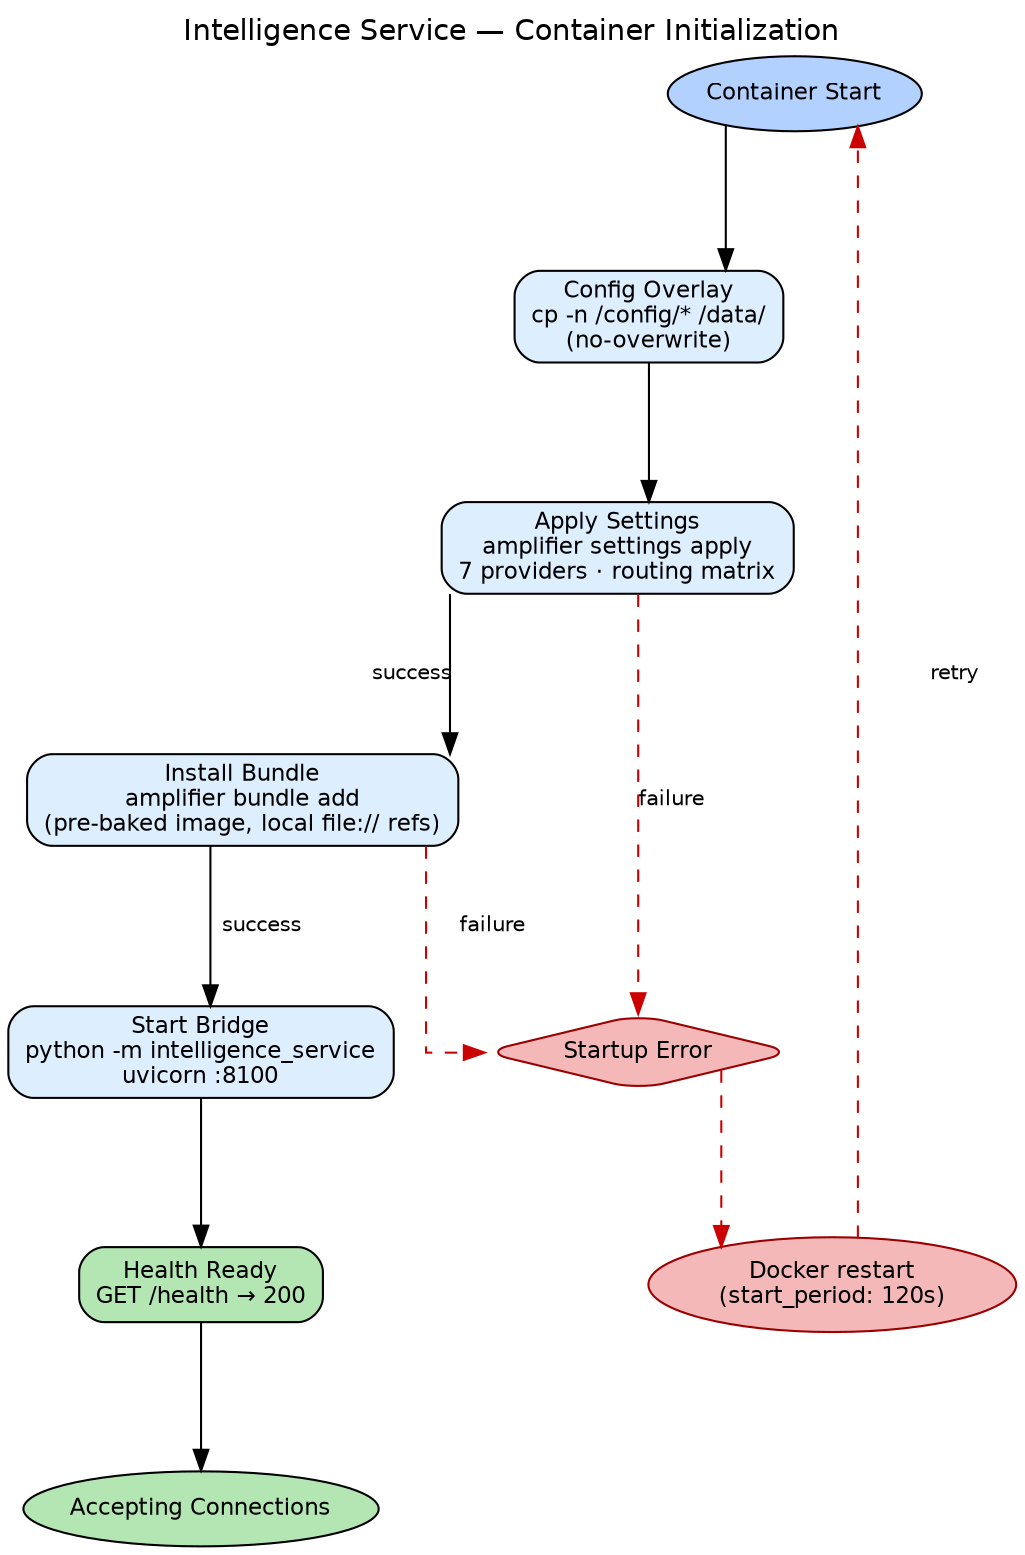
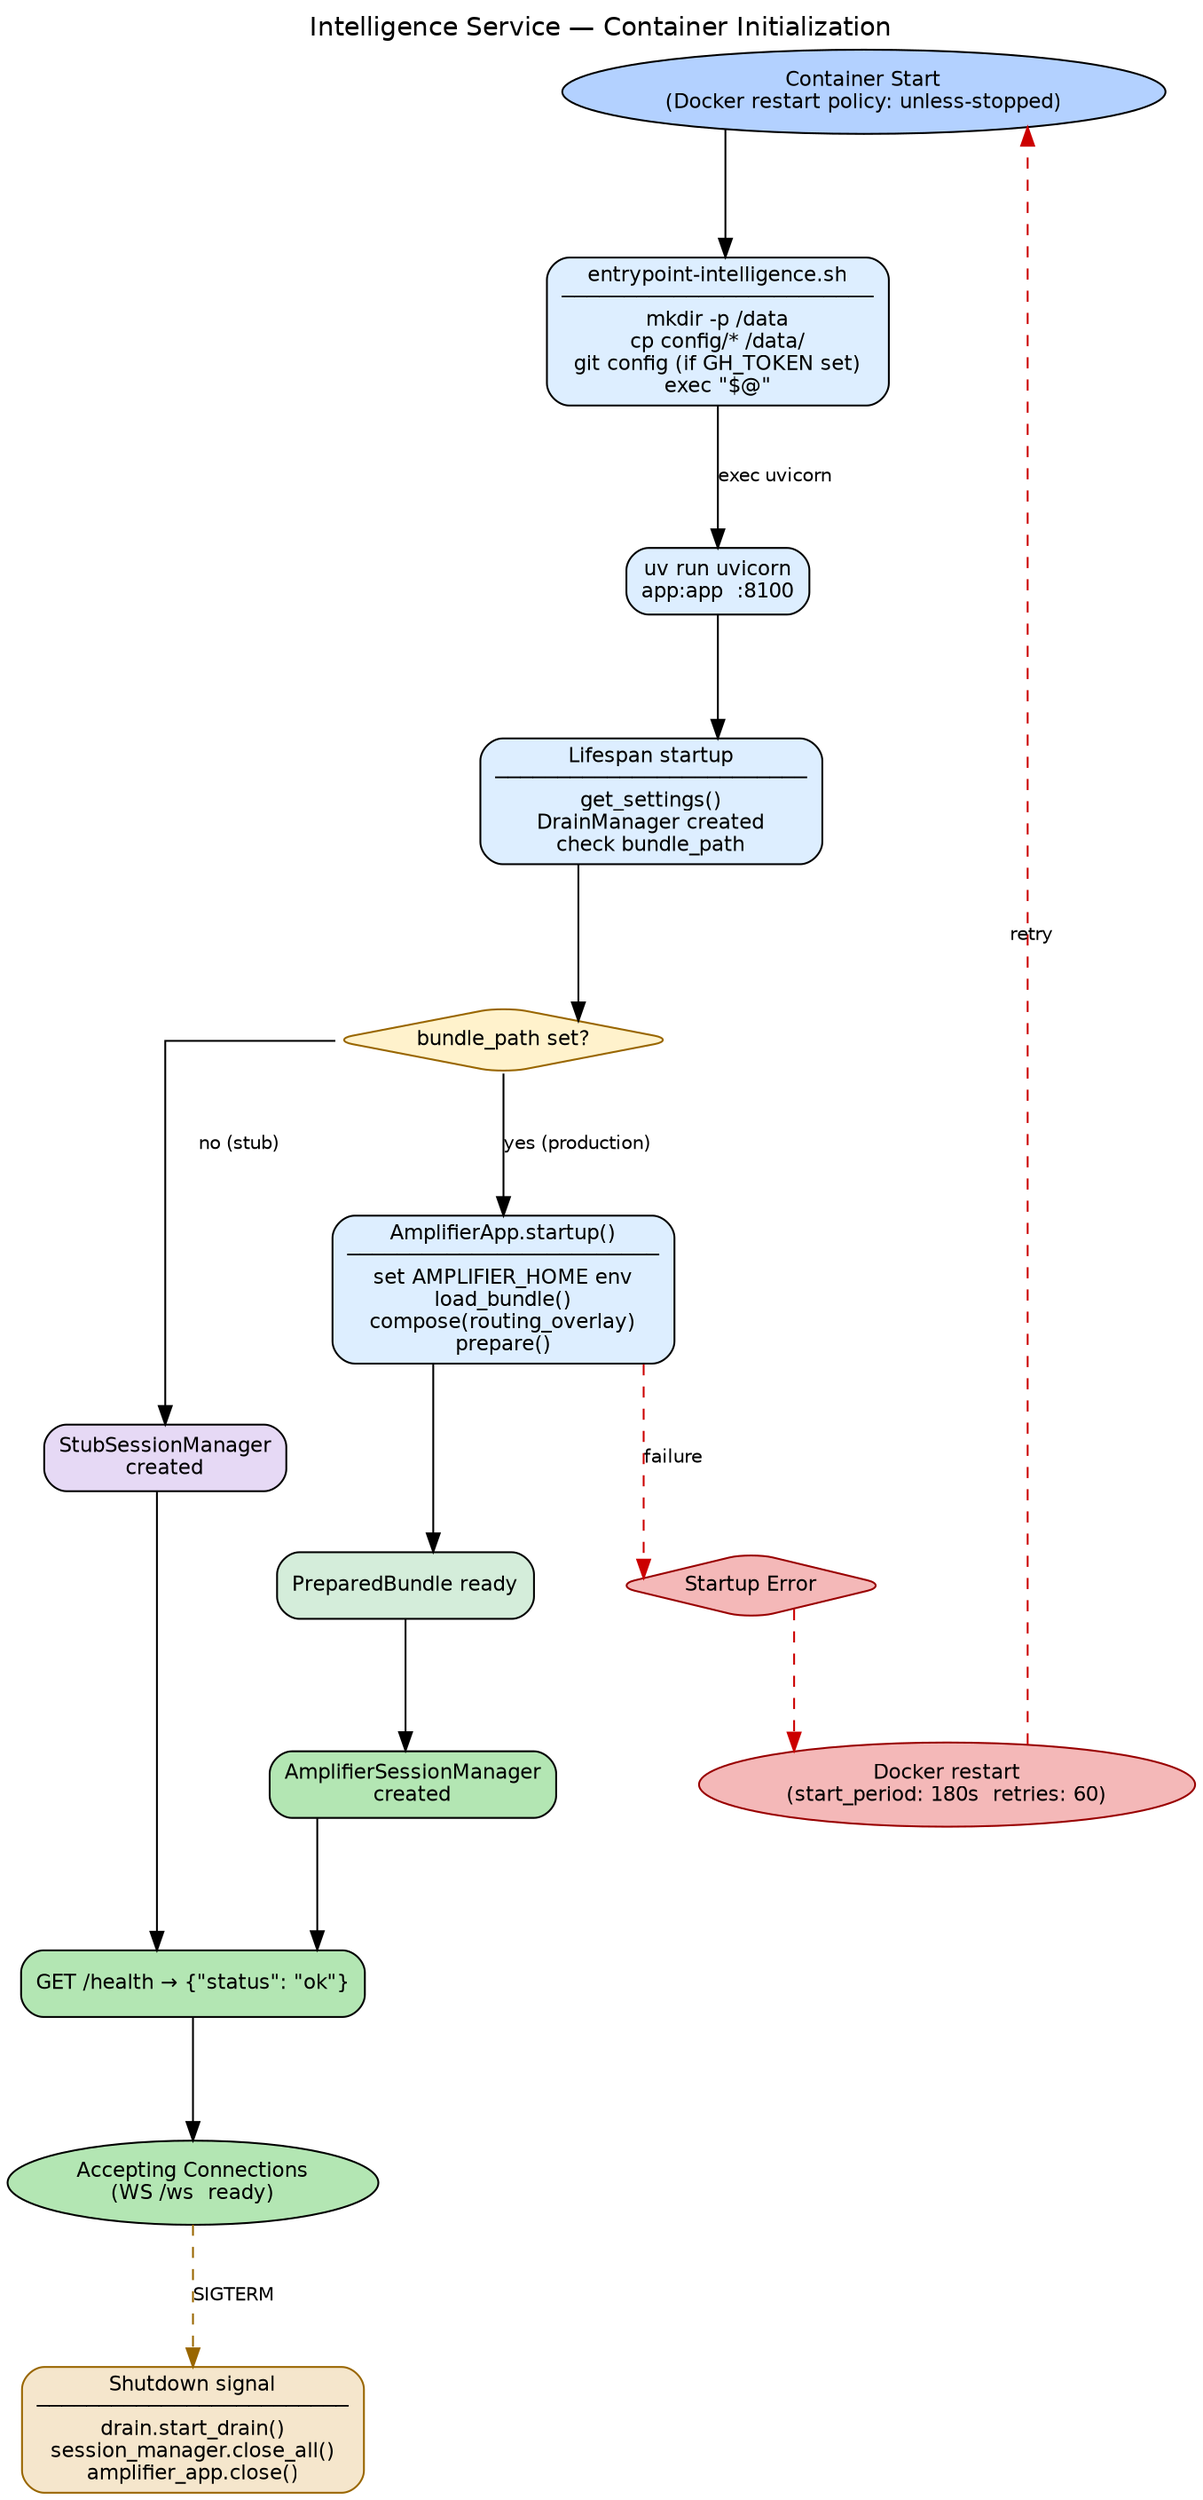
// encoding: utf-8
digraph container_initialization {
    rankdir=TB
    graph [fontname="Helvetica" fontsize=12 splines=ortho nodesep=0.6 ranksep=0.9
           label="Intelligence Service — Container Initialization" labelloc=t fontsize=14]
    node  [fontname="Helvetica" fontsize=11 shape=box style="rounded,filled" fillcolor="#ddeeff"]
    edge  [fontname="Helvetica" fontsize=10]

-     // ── Happy-path nodes ──────────────────────────────────────────────────────
+     // ── Entrypoint phase ────────────────────────────────────────────────────

    container_start [
-         label="Container Start"
+         label="Container Start\n(Docker restart policy: unless-stopped)"
        shape=oval
        fillcolor="#b3d1ff"
    ]

-     config_overlay [
-         label="Config Overlay\ncp -n /config/* /data/\n(no-overwrite)"
+     entrypoint [
+         label="entrypoint-intelligence.sh\n─────────────────────────\nmkdir -p /data\ncp config/* /data/\ngit config (if GH_TOKEN set)\nexec \"$@\""
        fillcolor="#ddeeff"
    ]

-     apply_settings [
-         label="Apply Settings\namplifier settings apply\n7 providers · routing matrix"
+     // ── uvicorn / lifespan phase ─────────────────────────────────────────────
+ 
+     uvicorn_start [
+         label="uv run uvicorn\napp:app  :8100"
        fillcolor="#ddeeff"
    ]

-     install_bundle [
-         label="Install Bundle\namplifier bundle add\n(pre-baked image, local file:// refs)"
+     lifespan_startup [
+         label="Lifespan startup\n─────────────────────────\nget_settings()\nDrainManager created\ncheck bundle_path"
        fillcolor="#ddeeff"
    ]

-     start_bridge [
-         label="Start Bridge\npython -m intelligence_service\nuvicorn :8100"
+     // ── Conditional: production vs stub ──────────────────────────────────────
+ 
+     bundle_check [
+         label="bundle_path set?"
+         shape=diamond
+         fillcolor="#fff2cc"
+         color="#996600"
+     ]
+ 
+     // ── Production path ──────────────────────────────────────────────────────
+ 
+     amplifier_startup [
+         label="AmplifierApp.startup()\n─────────────────────────\nset AMPLIFIER_HOME env\nload_bundle()\ncompose(routing_overlay)\nprepare()"
        fillcolor="#ddeeff"
    ]

+     prepared_bundle [
+         label="PreparedBundle ready"
+         fillcolor="#d4edda"
+     ]
+ 
+     amplifier_session_mgr [
+         label="AmplifierSessionManager\ncreated"
+         fillcolor="#b3e6b3"
+     ]
+ 
+     // ── Stub path ────────────────────────────────────────────────────────────
+ 
+     stub_session_mgr [
+         label="StubSessionManager\ncreated"
+         fillcolor="#e6d9f5"
+     ]
+ 
+     // ── Ready ────────────────────────────────────────────────────────────────
+ 
    health_ready [
-         label="Health Ready\nGET /health → 200"
+         label="GET /health → {\"status\": \"ok\"}"
        fillcolor="#b3e6b3"
    ]

    accepting_connections [
-         label="Accepting Connections"
+         label="Accepting Connections\n(WS /ws  ready)"
        shape=oval
        fillcolor="#b3e6b3"
    ]

-     // ── Error-path nodes ──────────────────────────────────────────────────────
+     // ── Shutdown path ────────────────────────────────────────────────────────
+ 
+     shutdown [
+         label="Shutdown signal\n─────────────────────────\ndrain.start_drain()\nsession_manager.close_all()\namplifier_app.close()"
+         fillcolor="#f5e6cc"
+         color="#996600"
+     ]
+ 
+     // ── Error path ───────────────────────────────────────────────────────────

    startup_error [
        label="Startup Error"
        shape=diamond
        fillcolor="#f4b8b8"
        color="#990000"
    ]

    docker_restart [
-         label="Docker restart\n(start_period: 120s)"
+         label="Docker restart\n(start_period: 180s  retries: 60)"
        shape=oval
        fillcolor="#f4b8b8"
        color="#990000"
    ]

    // ── Happy-path edges ──────────────────────────────────────────────────────

-     container_start   -> config_overlay
-     config_overlay    -> apply_settings
-     apply_settings    -> install_bundle    [label="success"]
-     install_bundle    -> start_bridge      [label="success"]
-     start_bridge      -> health_ready
+     container_start  -> entrypoint
+     entrypoint       -> uvicorn_start     [label="exec uvicorn"]
+     uvicorn_start    -> lifespan_startup
+     lifespan_startup -> bundle_check
+ 
+     bundle_check     -> amplifier_startup [label="yes (production)"]
+     bundle_check     -> stub_session_mgr  [label="no (stub)"]
+ 
+     amplifier_startup -> prepared_bundle
+     prepared_bundle   -> amplifier_session_mgr
+     amplifier_session_mgr -> health_ready
+ 
+     stub_session_mgr  -> health_ready
+ 
    health_ready      -> accepting_connections

-     // ── Error-path edges ──────────────────────────────────────────────────────
+     accepting_connections -> shutdown [label="SIGTERM" style=dashed color="#996600"]

-     apply_settings  -> startup_error [label="failure" color="#cc0000" style=dashed]
-     install_bundle  -> startup_error [label="failure" color="#cc0000" style=dashed]
-     startup_error   -> docker_restart                [color="#cc0000" style=dashed]
-     docker_restart  -> container_start               [color="#cc0000" style=dashed label="retry"]
+     // ── Error-path edges ───────────────────────────────────────────────────────
+ 
+     amplifier_startup -> startup_error [label="failure" color="#cc0000" style=dashed]
+     startup_error     -> docker_restart               [color="#cc0000" style=dashed]
+     docker_restart    -> container_start              [color="#cc0000" style=dashed label="retry"]
}
